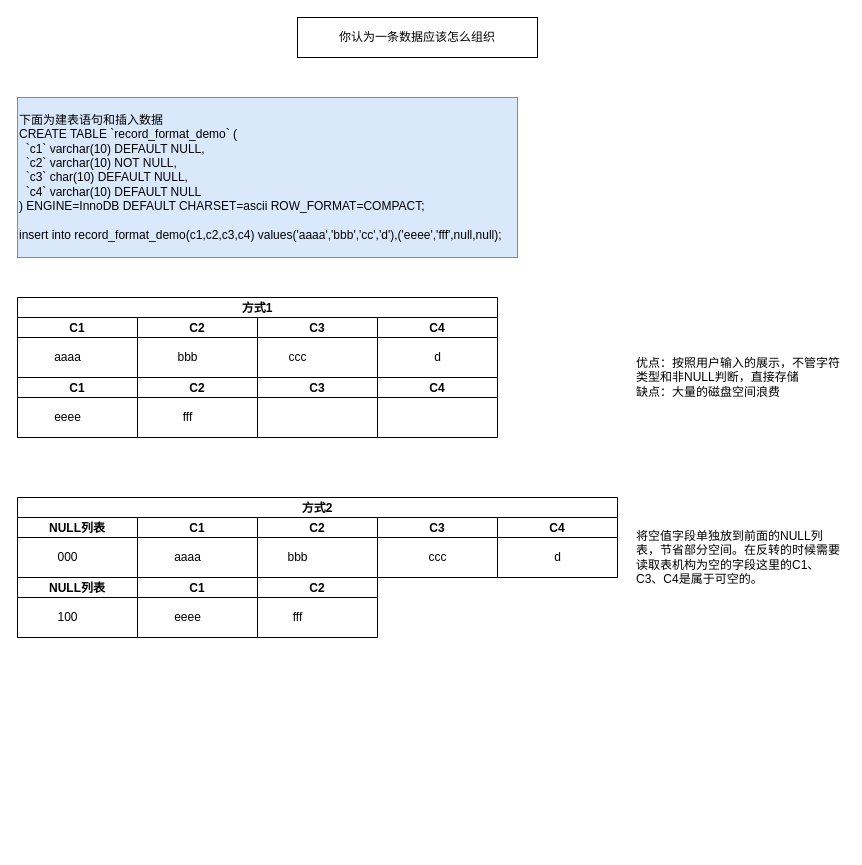
Earlier version of the draw.io diagram rowdata.drawio (wqfgithub/drawio). Source tidied: cells renumbered, new cells numbered last; positions are measured from the earlier drawing's top-left corner, leaving out a move shared by most shapes. Both pictures are drawn from the tidied source at 100%, with x=0, y=0 at pixel (17, 17).
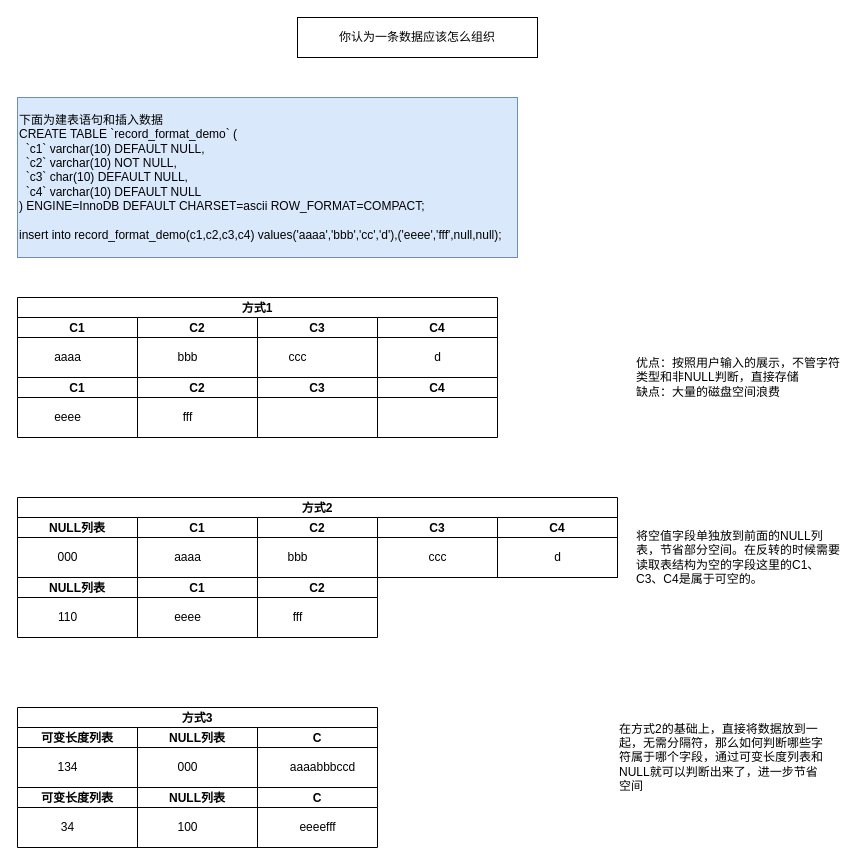
Above is the later version.

The edit, as a diff of the source:
```diff
@@
-    <mxCell id="35" value="100" style="text;html=1;align=center;verticalAlign=middle;strokeColor=none;" parent="1" vertex="1">
-      <mxGeometry x="30" y="590" width="40" height="20" as="geometry" />
+    <mxCell id="35" value="110" style="text;html=1;align=center;verticalAlign=middle;strokeColor=none;" parent="1" vertex="1">
+      <mxGeometry x="35" y="590" width="30" height="20" as="geometry" />
     </mxCell>
@@
-    <mxCell id="37" value="将空值字段单独放到前面的NULL列表，节省部分空间。在反转的时候需要读取表机构为空的字段这里的C1、C3、C4是属于可空的。" style="text;html=1;strokeColor=none;fillColor=none;align=left;verticalAlign=middle;whiteSpace=wrap;rounded=0;" parent="1" vertex="1">
+    <mxCell id="37" value="将空值字段单独放到前面的NULL列表，节省部分空间。在反转的时候需要读取表结构为空的字段这里的C1、C3、C4是属于可空的。" style="text;html=1;strokeColor=none;fillColor=none;align=left;verticalAlign=middle;whiteSpace=wrap;rounded=0;" parent="1" vertex="1">
       <mxGeometry x="617" y="470" width="210" height="140" as="geometry" />
     </mxCell>
+    <mxCell id="38" value="方式3" style="swimlane;startSize=20;" parent="1" vertex="1">
+      <mxGeometry y="690" width="360" height="80" as="geometry" />
+    </mxCell>
+    <mxCell id="39" value="可变长度列表" style="swimlane;startSize=20;" parent="38" vertex="1">
+      <mxGeometry y="20" width="120" height="60" as="geometry" />
+    </mxCell>
+    <mxCell id="40" value="NULL列表" style="swimlane;startSize=20;" parent="38" vertex="1">
+      <mxGeometry x="120" y="20" width="120" height="60" as="geometry" />
+    </mxCell>
+    <mxCell id="41" value="000" style="text;html=1;align=center;verticalAlign=middle;strokeColor=none;" parent="40" vertex="1">
+      <mxGeometry x="30" y="30" width="40" height="20" as="geometry" />
+    </mxCell>
+    <mxCell id="42" value="C" style="swimlane;startSize=20;" parent="38" vertex="1">
+      <mxGeometry x="240" y="20" width="120" height="60" as="geometry" />
+    </mxCell>
+    <mxCell id="43" value="aaaabbbccd" style="text;html=1;align=center;verticalAlign=middle;strokeColor=none;" parent="42" vertex="1">
+      <mxGeometry x="25" y="30" width="80" height="20" as="geometry" />
+    </mxCell>
+    <mxCell id="44" value="134" style="text;html=1;align=center;verticalAlign=middle;strokeColor=none;" parent="1" vertex="1">
+      <mxGeometry x="30" y="740" width="40" height="20" as="geometry" />
+    </mxCell>
+    <mxCell id="45" value="可变长度列表" style="swimlane;startSize=20;" parent="1" vertex="1">
+      <mxGeometry y="770" width="120" height="60" as="geometry" />
+    </mxCell>
+    <mxCell id="46" value="NULL列表" style="swimlane;startSize=20;" parent="1" vertex="1">
+      <mxGeometry x="120" y="770" width="120" height="60" as="geometry" />
+    </mxCell>
+    <mxCell id="47" value="100" style="text;html=1;align=center;verticalAlign=middle;strokeColor=none;" parent="46" vertex="1">
+      <mxGeometry x="30" y="30" width="40" height="20" as="geometry" />
+    </mxCell>
+    <mxCell id="48" value="C" style="swimlane;startSize=20;" parent="1" vertex="1">
+      <mxGeometry x="240" y="770" width="120" height="60" as="geometry" />
+    </mxCell>
+    <mxCell id="49" value="eeeefff" style="text;html=1;align=center;verticalAlign=middle;strokeColor=none;" parent="48" vertex="1">
+      <mxGeometry x="35" y="30" width="50" height="20" as="geometry" />
+    </mxCell>
+    <mxCell id="50" value="34" style="text;html=1;align=center;verticalAlign=middle;strokeColor=none;" parent="1" vertex="1">
+      <mxGeometry x="35" y="800" width="30" height="20" as="geometry" />
+    </mxCell>
+    <mxCell id="51" value="在方式2的基础上，直接将数据放到一起，无需分隔符，那么如何判断哪些字符属于哪个字段，通过可变长度列表和NULL就可以判断出来了，进一步节省空间" style="text;html=1;strokeColor=none;fillColor=none;align=left;verticalAlign=middle;whiteSpace=wrap;rounded=0;" parent="1" vertex="1">
+      <mxGeometry x="600" y="670" width="210" height="140" as="geometry" />
+    </mxCell>
```
